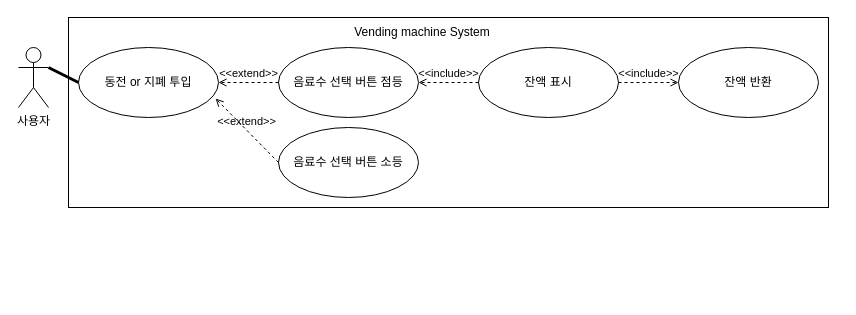
Earlier version of the draw.io diagram 연습용1.drawio (yeong132/test-1). Source tidied: cells renumbered, new cells numbered last; positions are measured from the earlier drawing's top-left corner, leaving out a move shared by most shapes. Both pictures are drawn from the tidied source at 100%, with x=0, y=0 at pixel (18, 17).
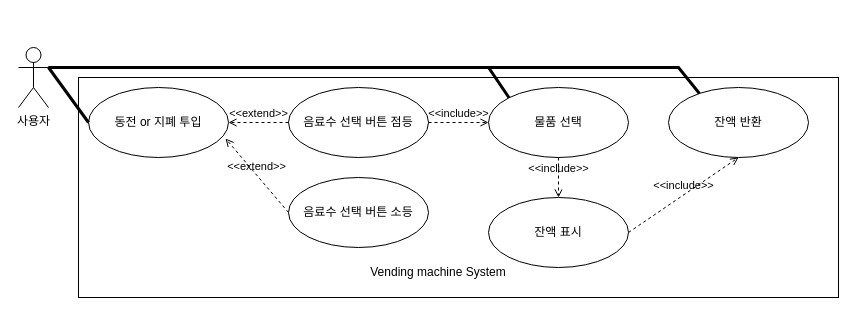
The same diagram, later.

Commit message:
연습용1.drawio 업데이트

Unchanged cells that the change refers to:
```xml
<mxCell id="3" value="사용자" style="shape=umlActor;verticalLabelPosition=bottom;verticalAlign=top;html=1;" parent="1" vertex="1">
  <mxGeometry y="30" width="30" height="60" as="geometry" />
</mxCell>
```

Diff of the diagram source:
```diff
@@
     <mxCell id="2" style="rounded=0;whiteSpace=wrap;html=1;" parent="1" vertex="1">
-      <mxGeometry x="50" width="760" height="190" as="geometry" />
+      <mxGeometry x="60" y="60" width="760" height="220" as="geometry" />
     </mxCell>
@@
     <mxCell id="4" value="동전 or 지폐 투입" style="ellipse;whiteSpace=wrap;html=1;" parent="1" vertex="1">
-      <mxGeometry x="60" y="30" width="140" height="70" as="geometry" />
+      <mxGeometry x="70" y="70" width="140" height="70" as="geometry" />
     </mxCell>
     <mxCell id="5" value="음료수 선택 버튼 점등" style="ellipse;whiteSpace=wrap;html=1;" parent="1" vertex="1">
-      <mxGeometry x="260" y="30" width="140" height="70" as="geometry" />
+      <mxGeometry x="270" y="70" width="140" height="70" as="geometry" />
     </mxCell>
     <mxCell id="6" value="잔액 표시" style="ellipse;whiteSpace=wrap;html=1;" parent="1" vertex="1">
-      <mxGeometry x="460" y="30" width="140" height="70" as="geometry" />
+      <mxGeometry x="470" y="180" width="140" height="70" as="geometry" />
     </mxCell>
+    <mxCell id="15" value="물품 선택" style="ellipse;whiteSpace=wrap;html=1;" parent="1" vertex="1">
+      <mxGeometry x="470" y="70" width="140" height="70" as="geometry" />
+    </mxCell>
     <mxCell id="7" value="잔액 반환" style="ellipse;whiteSpace=wrap;html=1;" parent="1" vertex="1">
-      <mxGeometry x="660" y="30" width="140" height="70" as="geometry" />
+      <mxGeometry x="650" y="70" width="140" height="70" as="geometry" />
     </mxCell>
     <mxCell id="8" value="음료수 선택 버튼 소등" style="ellipse;whiteSpace=wrap;html=1;" parent="1" vertex="1">
-      <mxGeometry x="260" y="110" width="140" height="70" as="geometry" />
+      <mxGeometry x="270" y="160" width="140" height="70" as="geometry" />
     </mxCell>
-    <mxCell id="9" style="endArrow=none;startArrow=none;endFill=0;startFill=0;endSize=8;html=1;verticalAlign=bottom;labelBackgroundColor=none;strokeWidth=3;rounded=0;exitX=1;exitY=0.3333333333333333;exitDx=0;exitDy=0;exitPerimeter=0;entryX=0;entryY=0.5;entryDx=0;entryDy=0;" parent="1" edge="1" source="3" target="4">
+    <mxCell id="9" style="endArrow=none;startArrow=none;endFill=0;startFill=0;endSize=8;html=1;verticalAlign=bottom;labelBackgroundColor=none;strokeWidth=3;rounded=0;entryX=0;entryY=0.5;entryDx=0;entryDy=0;exitX=1;exitY=0.3333333333333333;exitDx=0;exitDy=0;exitPerimeter=0;" parent="1" edge="1" source="3" target="4">
       <mxGeometry relative="1" as="geometry" />
     </mxCell>
+    <mxCell id="16" style="endArrow=none;startArrow=none;endFill=0;startFill=0;endSize=8;html=1;verticalAlign=bottom;labelBackgroundColor=none;strokeWidth=3;rounded=0;exitX=1;exitY=0.3333333333333333;exitDx=0;exitDy=0;exitPerimeter=0;entryX=0.221;entryY=0.086;entryDx=0;entryDy=0;entryPerimeter=0;" parent="1" edge="1" source="3" target="7">
+      <mxGeometry relative="1" as="geometry">
+        <Array as="points">
+          <mxPoint x="660" y="50" />
+        </Array>
+      </mxGeometry>
+    </mxCell>
+    <mxCell id="17" style="endArrow=none;startArrow=none;endFill=0;startFill=0;endSize=8;html=1;verticalAlign=bottom;labelBackgroundColor=none;strokeWidth=3;rounded=0;entryX=0;entryY=0;entryDx=0;entryDy=0;exitX=1;exitY=0.3333333333333333;exitDx=0;exitDy=0;exitPerimeter=0;" parent="1" edge="1" source="3" target="15">
+      <mxGeometry relative="1" as="geometry">
+        <Array as="points">
+          <mxPoint x="470" y="50" />
+        </Array>
+      </mxGeometry>
+    </mxCell>
@@
     <mxCell id="12" value="Vending machine System" style="text;html=1;align=center;verticalAlign=middle;whiteSpace=wrap;rounded=0;" parent="1" vertex="1">
-      <mxGeometry x="324" width="160" height="30" as="geometry" />
+      <mxGeometry x="340" y="240" width="160" height="30" as="geometry" />
     </mxCell>
-    <mxCell id="13" value="&amp;lt;&amp;lt;include&amp;gt;&amp;gt;" style="html=1;verticalAlign=bottom;labelBackgroundColor=none;endArrow=open;endFill=0;dashed=1;rounded=0;entryX=1;entryY=0.5;entryDx=0;entryDy=0;exitX=0;exitY=0.5;exitDx=0;exitDy=0;" parent="1" edge="1" source="6" target="5">
+    <mxCell id="13" value="&amp;lt;&amp;lt;include&amp;gt;&amp;gt;" style="html=1;verticalAlign=bottom;labelBackgroundColor=none;endArrow=open;endFill=0;dashed=1;rounded=0;exitX=1;exitY=0.5;exitDx=0;exitDy=0;entryX=0;entryY=0.5;entryDx=0;entryDy=0;" parent="1" edge="1" source="5" target="15">
       <mxGeometry relative="1" as="geometry" />
     </mxCell>
-    <mxCell id="14" value="&amp;lt;&amp;lt;include&amp;gt;&amp;gt;" style="html=1;verticalAlign=bottom;labelBackgroundColor=none;endArrow=open;endFill=0;dashed=1;rounded=0;exitX=1;exitY=0.5;exitDx=0;exitDy=0;entryX=0;entryY=0.5;entryDx=0;entryDy=0;" parent="1" edge="1" source="6" target="7">
+    <mxCell id="14" value="&amp;lt;&amp;lt;include&amp;gt;&amp;gt;" style="html=1;verticalAlign=bottom;labelBackgroundColor=none;endArrow=open;endFill=0;dashed=1;rounded=0;exitX=0.5;exitY=1;exitDx=0;exitDy=0;entryX=0.5;entryY=0;entryDx=0;entryDy=0;" parent="1" edge="1" source="15" target="6">
       <mxGeometry relative="1" as="geometry" />
     </mxCell>
+    <mxCell id="18" value="&amp;lt;&amp;lt;include&amp;gt;&amp;gt;" style="html=1;verticalAlign=bottom;labelBackgroundColor=none;endArrow=open;endFill=0;dashed=1;rounded=0;exitX=1;exitY=0.5;exitDx=0;exitDy=0;entryX=0.5;entryY=1;entryDx=0;entryDy=0;" parent="1" edge="1" source="6" target="7">
+      <mxGeometry relative="1" as="geometry" />
+    </mxCell>
```
